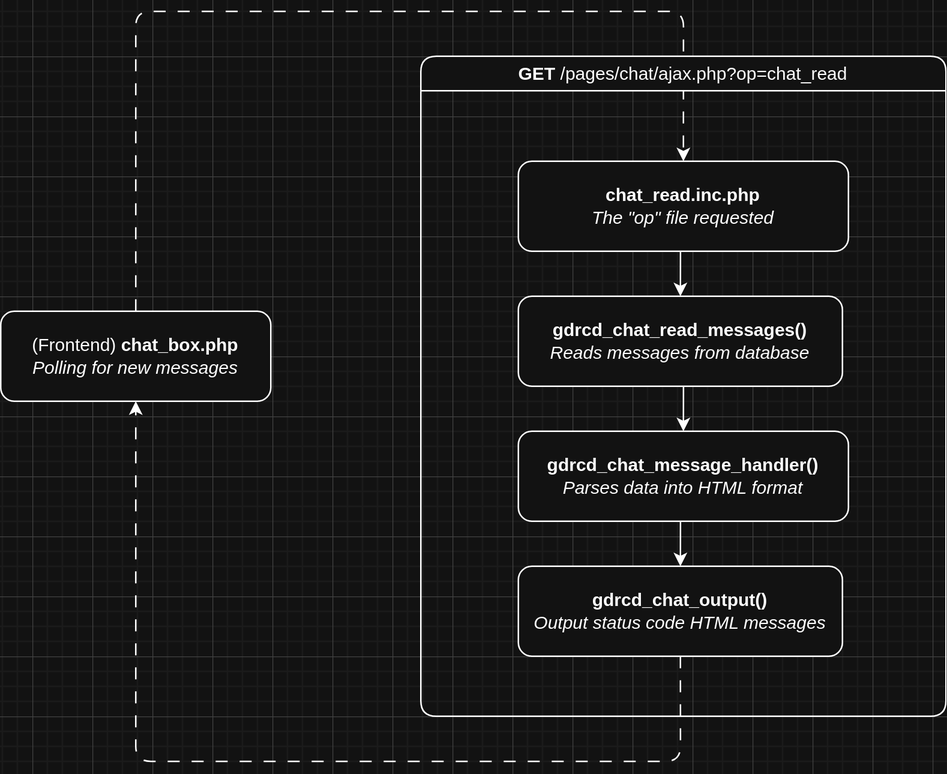
The draw.io diagram chat/chat_read.png in GDRCD/wiki, before a commit. Source tidied: cells renumbered, new cells last; positions are measured from the earlier drawing's top-left corner, leaving out a move shared by most shapes.
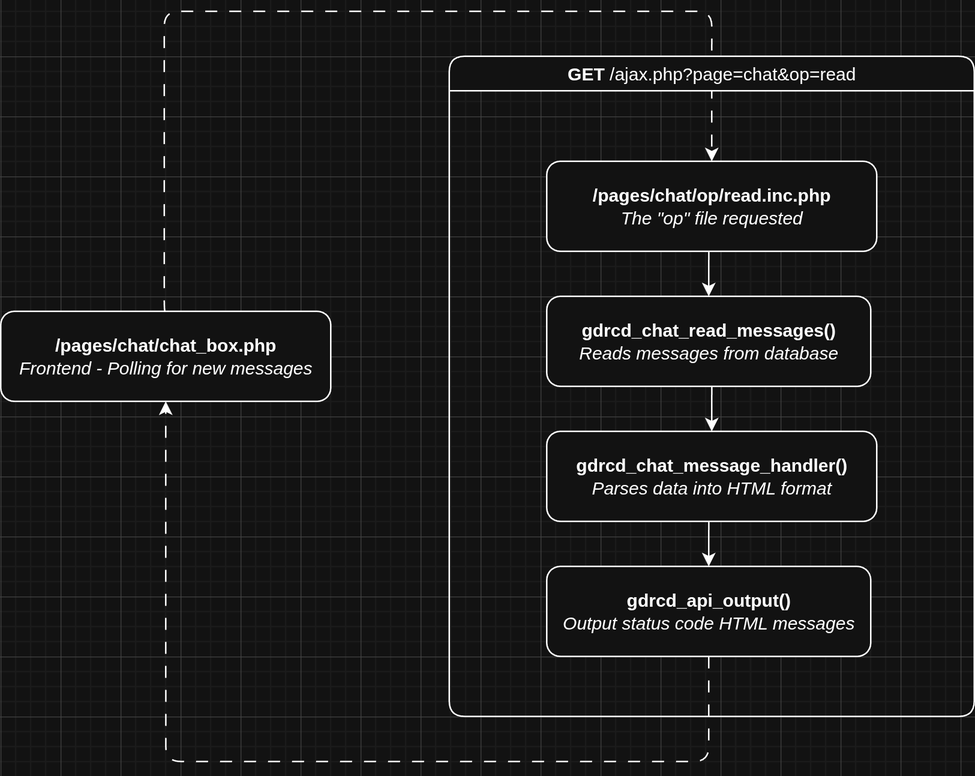
The same file after the commit.

Commit message:
Aggiornamento nomenclature e url nella documentazione e nei diagrammi di flusso della chat

Diff of the diagram source:
```diff
@@ -10,16 +10,16 @@
         </Array>
       </mxGeometry>
     </mxCell>
-    <mxCell id="3" value="(Frontend) &lt;b&gt;chat_box.php&lt;/b&gt;&lt;div&gt;&lt;i&gt;Polling for new messages&lt;/i&gt;&lt;/div&gt;" style="rounded=1;whiteSpace=wrap;html=1;shadow=0;" parent="1" vertex="1">
-      <mxGeometry y="200" width="180" height="60" as="geometry" />
+    <mxCell id="3" value="&lt;b&gt;/pages/chat/chat_box.php&lt;/b&gt;&lt;div&gt;&lt;i&gt;Frontend - Polling for new messages&lt;/i&gt;&lt;/div&gt;" style="rounded=1;whiteSpace=wrap;html=1;shadow=0;" parent="1" vertex="1">
+      <mxGeometry x="-19" y="200" width="220" height="60" as="geometry" />
     </mxCell>
-    <mxCell id="4" value="GET&amp;nbsp;&lt;span style=&quot;font-weight: 400;&quot;&gt;/pages/chat/ajax.php?op=chat_read&lt;/span&gt;" style="swimlane;whiteSpace=wrap;html=1;fillColor=default;gradientColor=none;swimlaneFillColor=none;fillStyle=auto;strokeColor=default;rounded=1;shadow=0;glass=0;swimlaneLine=1;" parent="1" vertex="1">
+    <mxCell id="4" value="GET&amp;nbsp;&lt;span style=&quot;font-weight: 400;&quot;&gt;/ajax.php?page=chat&amp;amp;op=read&lt;/span&gt;" style="swimlane;whiteSpace=wrap;html=1;fillColor=default;gradientColor=none;swimlaneFillColor=none;fillStyle=auto;strokeColor=default;rounded=1;shadow=0;glass=0;swimlaneLine=1;" parent="1" vertex="1">
       <mxGeometry x="280" y="30" width="350" height="440" as="geometry" />
     </mxCell>
     <mxCell id="5" style="edgeStyle=orthogonalEdgeStyle;rounded=0;jettySize=auto;html=1;exitX=0.5;exitY=1;exitDx=0;exitDy=0;entryX=0.5;entryY=0;entryDx=0;entryDy=0;" parent="4" edge="1" source="6" target="8">
       <mxGeometry relative="1" as="geometry" />
     </mxCell>
-    <mxCell id="6" value="&lt;b&gt;chat_read.inc.php&lt;/b&gt;&lt;div&gt;&lt;i&gt;The &quot;op&quot; file requested&lt;/i&gt;&lt;/div&gt;" style="rounded=1;whiteSpace=wrap;html=1;shadow=0;" parent="4" vertex="1">
+    <mxCell id="6" value="&lt;b&gt;/pages/chat/op/read.inc.php&lt;/b&gt;&lt;div&gt;&lt;i&gt;The &quot;op&quot; file requested&lt;/i&gt;&lt;/div&gt;" style="rounded=1;whiteSpace=wrap;html=1;shadow=0;" parent="4" vertex="1">
       <mxGeometry x="65" y="70" width="220" height="60" as="geometry" />
     </mxCell>
     <mxCell id="7" style="edgeStyle=orthogonalEdgeStyle;rounded=0;jettySize=auto;html=1;exitX=0.5;exitY=1;exitDx=0;exitDy=0;entryX=0.5;entryY=0;entryDx=0;entryDy=0;" parent="4" edge="1" source="8" target="10">
@@ -34,14 +34,14 @@
     <mxCell id="10" value="&lt;b&gt;gdrcd_chat_message_handler()&lt;/b&gt;&lt;div&gt;&lt;i&gt;Parses data into HTML format&lt;/i&gt;&lt;/div&gt;" style="rounded=1;whiteSpace=wrap;html=1;shadow=0;" parent="4" vertex="1">
       <mxGeometry x="65" y="250" width="220" height="60" as="geometry" />
     </mxCell>
-    <mxCell id="11" value="&lt;b&gt;gdrcd_chat_output()&lt;/b&gt;&lt;div&gt;&lt;i&gt;Output status code HTML messages&lt;/i&gt;&lt;/div&gt;" style="rounded=1;whiteSpace=wrap;html=1;shadow=0;" parent="4" vertex="1">
+    <mxCell id="11" value="&lt;b&gt;gdrcd_api_output()&lt;/b&gt;&lt;div&gt;&lt;i&gt;Output status code HTML messages&lt;/i&gt;&lt;/div&gt;" style="rounded=1;whiteSpace=wrap;html=1;shadow=0;" parent="4" vertex="1">
       <mxGeometry x="65" y="340" width="216" height="60" as="geometry" />
     </mxCell>
     <mxCell id="12" style="edgeStyle=orthogonalEdgeStyle;rounded=1;jettySize=auto;html=1;exitX=0.5;exitY=1;exitDx=0;exitDy=0;entryX=0.5;entryY=1;entryDx=0;entryDy=0;flowAnimation=1;curved=0;" parent="1" edge="1" source="11" target="3">
       <mxGeometry relative="1" as="geometry">
         <Array as="points">
           <mxPoint x="453" y="500" />
-          <mxPoint x="90" y="500" />
+          <mxPoint x="91" y="500" />
         </Array>
       </mxGeometry>
     </mxCell>
```
